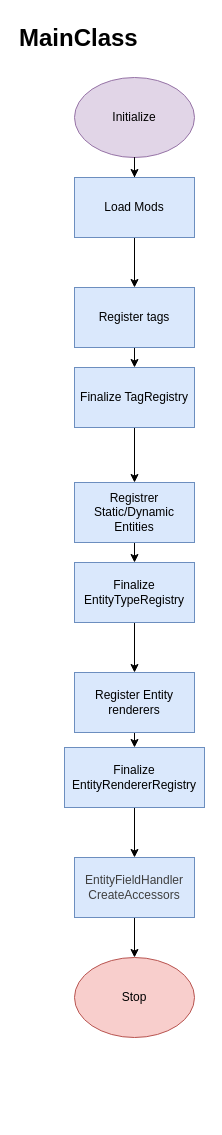
Before: docs/SystemDocs/MainClassFlow.drawio in mardanPolis/Luminix, a draw.io diagram. Source tidied: cells renumbered, new cells numbered last; positions are measured from the earlier drawing's top-left corner, leaving out a move shared by most shapes. Both pictures are drawn from the tidied source at 100%, with x=0, y=0 at pixel (17, 17).
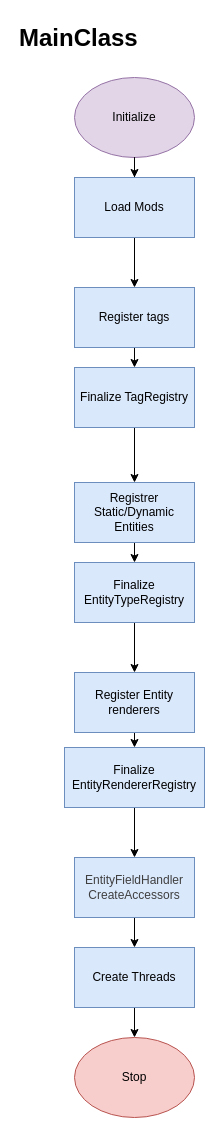
The same page after the edit.

The change refers to these unchanged cells:
```xml
<mxCell id="19" value="&lt;div style=&quot;color: rgb(63, 63, 63); scrollbar-color: rgb(226, 226, 226) rgb(251, 251, 251);&quot;&gt;EntityFieldHandler&lt;/div&gt;&lt;div style=&quot;color: rgb(63, 63, 63); scrollbar-color: rgb(226, 226, 226) rgb(251, 251, 251);&quot;&gt;CreateAccessors&lt;/div&gt;" style="whiteSpace=wrap;html=1;rounded=0;fillColor=#dae8fc;strokeColor=#6c8ebf;" parent="1" vertex="1">
  <mxGeometry x="57" y="840" width="120" height="60" as="geometry" />
</mxCell>
```

The edit, as a diff of the source:
```diff
@@
-    <mxCell id="18" style="edgeStyle=none;html=1;" parent="1" edge="1" source="19" target="20">
-      <mxGeometry relative="1" as="geometry" />
-    </mxCell>
+    <mxCell id="22" style="edgeStyle=none;html=1;" parent="1" edge="1" source="19" target="24">
+      <mxGeometry relative="1" as="geometry" />
+    </mxCell>
@@
     <mxCell id="20" value="Stop" style="ellipse;whiteSpace=wrap;html=1;fillColor=#f8cecc;strokeColor=#b85450;" parent="1" vertex="1">
-      <mxGeometry x="57" y="940" width="120" height="80" as="geometry" />
+      <mxGeometry x="57" y="1020" width="120" height="80" as="geometry" />
     </mxCell>
@@
+    <mxCell id="23" style="edgeStyle=none;html=1;" parent="1" edge="1" source="24" target="20">
+      <mxGeometry relative="1" as="geometry" />
+    </mxCell>
+    <mxCell id="24" value="Create Threads" style="whiteSpace=wrap;html=1;rounded=0;fillColor=#dae8fc;strokeColor=#6c8ebf;" parent="1" vertex="1">
+      <mxGeometry x="57" y="930" width="120" height="60" as="geometry" />
+    </mxCell>
```
